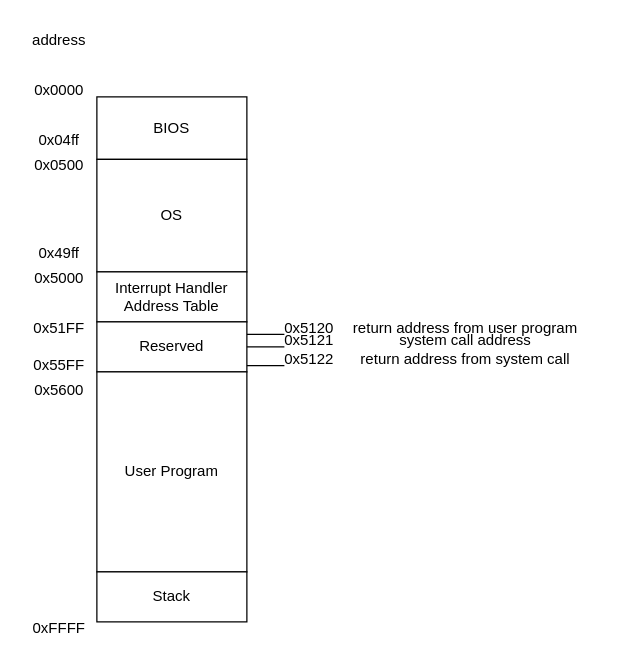
The draw.io diagram doc/Memory_map.drawio in terapotan/NC16, before the edit. Source tidied: cells renumbered, new cells numbered last; positions are measured from the earlier drawing's top-left corner, leaving out a move shared by most shapes. Both pictures are drawn from the tidied source at 125%, with x=0, y=0 at pixel (21, 21).
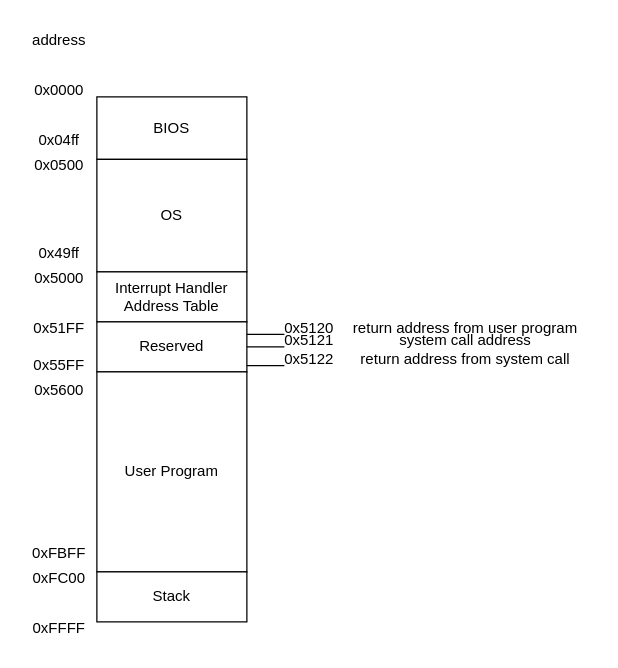
The same page after the edit.

Change to the diagram source:
```diff
@@
+    <mxCell id="27" value="0xFC00" style="text;html=1;whiteSpace=wrap;strokeColor=none;fillColor=none;align=center;verticalAlign=middle;rounded=0;fontFamily=Source Han Sans VF;" parent="1" vertex="1">
+      <mxGeometry y="430" width="60" height="30" as="geometry" />
+    </mxCell>
+    <mxCell id="28" value="0xFBFF" style="text;html=1;whiteSpace=wrap;strokeColor=none;fillColor=none;align=center;verticalAlign=middle;rounded=0;fontFamily=Source Han Sans VF;" parent="1" vertex="1">
+      <mxGeometry y="410" width="60" height="30" as="geometry" />
+    </mxCell>
```
